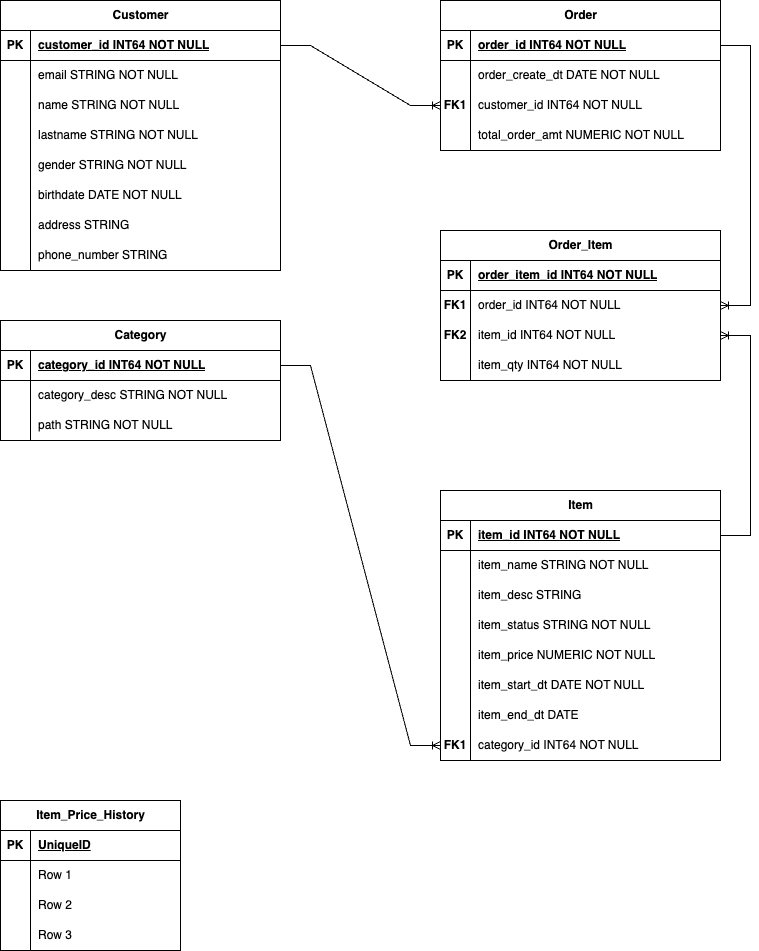
This is der_flujo_compras.drawio.png from NicOliveto/challenge_analytics_engineer_sql, a draw.io export, as it was before one commit. Source tidied: cells renumbered, new cells last; positions are measured from the earlier drawing's top-left corner, leaving out a move shared by most shapes.
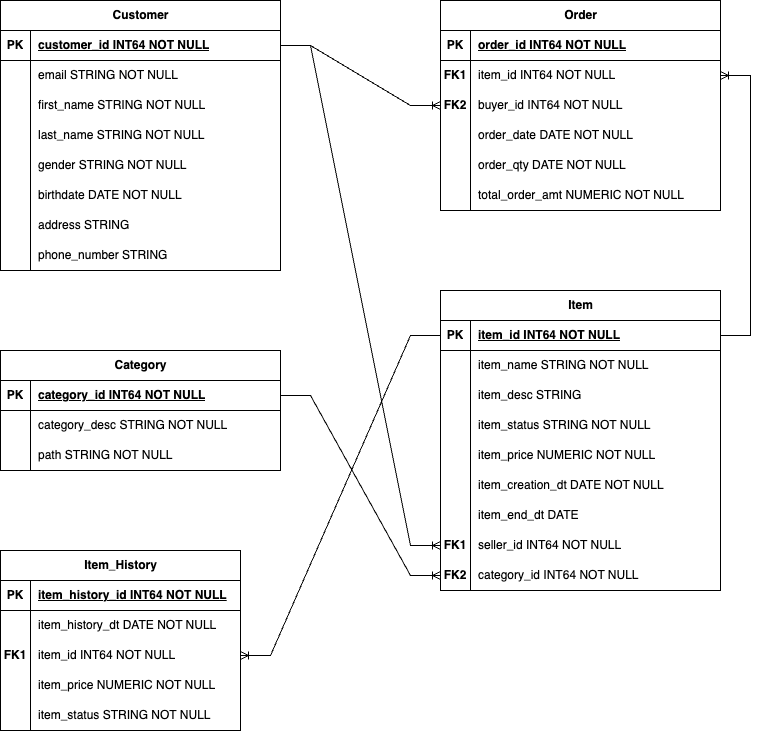
Later version of the same file.

The edit, as a diff of the source:
```diff
@@ -29,7 +29,7 @@
     <mxCell id="10" style="shape=partialRectangle;fillColor=none;top=0;left=0;bottom=0;right=0;overflow=hidden;whiteSpace=wrap;html=1;" parent="9" vertex="1">
       <mxGeometry width="30" height="30" as="geometry" />
     </mxCell>
-    <mxCell id="11" value="name STRING NOT NULL" style="shape=partialRectangle;fillColor=none;top=0;left=0;bottom=0;right=0;align=left;spacingLeft=6;overflow=hidden;whiteSpace=wrap;html=1;" parent="9" vertex="1">
+    <mxCell id="11" value="first_name STRING NOT NULL" style="shape=partialRectangle;fillColor=none;top=0;left=0;bottom=0;right=0;align=left;spacingLeft=6;overflow=hidden;whiteSpace=wrap;html=1;" parent="9" vertex="1">
       <mxGeometry x="30" width="250" height="30" as="geometry" />
     </mxCell>
     <mxCell id="12" style="shape=tableRow;horizontal=0;startSize=0;swimlaneHead=0;swimlaneBody=0;fillColor=none;top=0;left=0;right=0;bottom=0;" parent="2" vertex="1">
@@ -38,7 +38,7 @@
     <mxCell id="13" style="shape=partialRectangle;fillColor=none;top=0;left=0;bottom=0;right=0;overflow=hidden;whiteSpace=wrap;html=1;" parent="12" vertex="1">
       <mxGeometry width="30" height="30" as="geometry" />
     </mxCell>
-    <mxCell id="14" value="lastname STRING NOT NULL" style="shape=partialRectangle;fillColor=none;top=0;left=0;bottom=0;right=0;align=left;spacingLeft=6;overflow=hidden;whiteSpace=wrap;html=1;" parent="12" vertex="1">
+    <mxCell id="14" value="last_name STRING NOT NULL" style="shape=partialRectangle;fillColor=none;top=0;left=0;bottom=0;right=0;align=left;spacingLeft=6;overflow=hidden;whiteSpace=wrap;html=1;" parent="12" vertex="1">
       <mxGeometry x="30" width="250" height="30" as="geometry" />
     </mxCell>
     <mxCell id="15" style="shape=tableRow;horizontal=0;startSize=0;swimlaneHead=0;swimlaneBody=0;fillColor=none;top=0;left=0;right=0;bottom=0;" parent="2" vertex="1">
@@ -78,7 +78,7 @@
       <mxGeometry x="30" width="250" height="30" as="geometry" />
     </mxCell>
     <mxCell id="27" value="Item" style="shape=table;startSize=30;rowLines=0;fontStyle=1;align=center;html=1;" parent="1" vertex="1">
-      <mxGeometry x="440" y="490" width="280" height="270" as="geometry" />
+      <mxGeometry x="440" y="290" width="280" height="300" as="geometry" />
     </mxCell>
     <mxCell id="28" style="shape=tableRow;horizontal=0;startSize=0;swimlaneHead=0;swimlaneBody=0;fillColor=none;points=[[0,0.5],[1,0.5]];portConstraint=eastwest;top=0;left=0;right=0;bottom=1;" parent="27" vertex="1">
       <mxGeometry y="30" width="280" height="30" as="geometry" />
@@ -131,7 +131,7 @@
     <mxCell id="44" style="shape=partialRectangle;fillColor=none;top=0;left=0;bottom=0;right=0;overflow=hidden;whiteSpace=wrap;html=1;" parent="43" vertex="1">
       <mxGeometry width="30" height="30" as="geometry" />
     </mxCell>
-    <mxCell id="45" value="item_start_dt DATE NOT NULL" style="shape=partialRectangle;fillColor=none;top=0;left=0;bottom=0;right=0;align=left;spacingLeft=6;overflow=hidden;whiteSpace=wrap;html=1;" parent="43" vertex="1">
+    <mxCell id="45" value="item_creation_dt DATE NOT NULL" style="shape=partialRectangle;fillColor=none;top=0;left=0;bottom=0;right=0;align=left;spacingLeft=6;overflow=hidden;whiteSpace=wrap;html=1;" parent="43" vertex="1">
       <mxGeometry x="30" width="250" height="30" as="geometry" />
     </mxCell>
     <mxCell id="46" style="shape=tableRow;horizontal=0;startSize=0;swimlaneHead=0;swimlaneBody=0;fillColor=none;top=0;left=0;right=0;bottom=0;" parent="27" vertex="1">
@@ -143,17 +143,26 @@
     <mxCell id="48" value="item_end_dt DATE" style="shape=partialRectangle;fillColor=none;top=0;left=0;bottom=0;right=0;align=left;spacingLeft=6;overflow=hidden;whiteSpace=wrap;html=1;" parent="46" vertex="1">
       <mxGeometry x="30" width="250" height="30" as="geometry" />
     </mxCell>
+    <mxCell id="105" style="shape=tableRow;horizontal=0;startSize=0;swimlaneHead=0;swimlaneBody=0;fillColor=none;points=[[0,0.5],[1,0.5]];portConstraint=eastwest;top=0;left=0;right=0;bottom=0;" parent="27" vertex="1">
+      <mxGeometry y="240" width="280" height="30" as="geometry" />
+    </mxCell>
+    <mxCell id="80" value="&lt;b&gt;FK1&lt;/b&gt;" style="shape=partialRectangle;fillColor=none;top=0;left=0;bottom=0;right=0;overflow=hidden;whiteSpace=wrap;html=1;" parent="105" vertex="1">
+      <mxGeometry width="30" height="30" as="geometry" />
+    </mxCell>
+    <mxCell id="106" value="seller_id INT64 NOT NULL" style="shape=partialRectangle;fillColor=none;top=0;left=0;bottom=0;right=0;align=left;spacingLeft=6;overflow=hidden;whiteSpace=wrap;html=1;" parent="105" vertex="1">
+      <mxGeometry x="30" width="250" height="30" as="geometry" />
+    </mxCell>
     <mxCell id="49" style="shape=tableRow;horizontal=0;startSize=0;swimlaneHead=0;swimlaneBody=0;fillColor=none;points=[[0,0.5],[1,0.5]];portConstraint=eastwest;top=0;left=0;right=0;bottom=0;" parent="27" vertex="1">
-      <mxGeometry y="240" width="280" height="30" as="geometry" />
+      <mxGeometry y="270" width="280" height="30" as="geometry" />
     </mxCell>
-    <mxCell id="50" value="&lt;b&gt;FK1&lt;/b&gt;" style="shape=partialRectangle;fillColor=none;top=0;left=0;bottom=0;right=0;overflow=hidden;whiteSpace=wrap;html=1;" parent="49" vertex="1">
+    <mxCell id="50" value="&lt;b&gt;FK2&lt;/b&gt;" style="shape=partialRectangle;fillColor=none;top=0;left=0;bottom=0;right=0;overflow=hidden;whiteSpace=wrap;html=1;" parent="49" vertex="1">
       <mxGeometry width="30" height="30" as="geometry" />
     </mxCell>
     <mxCell id="51" value="category_id INT64 NOT NULL" style="shape=partialRectangle;fillColor=none;top=0;left=0;bottom=0;right=0;align=left;spacingLeft=6;overflow=hidden;whiteSpace=wrap;html=1;" parent="49" vertex="1">
       <mxGeometry x="30" width="250" height="30" as="geometry" />
     </mxCell>
     <mxCell id="52" value="Category" style="shape=table;startSize=30;rowLines=0;fontStyle=1;align=center;html=1;" parent="1" vertex="1">
-      <mxGeometry y="320" width="280" height="120" as="geometry" />
+      <mxGeometry y="350" width="280" height="120" as="geometry" />
     </mxCell>
     <mxCell id="53" style="shape=tableRow;horizontal=0;startSize=0;swimlaneHead=0;swimlaneBody=0;fillColor=none;points=[[0,0.5],[1,0.5]];portConstraint=eastwest;top=0;left=0;right=0;bottom=1;" parent="52" vertex="1">
       <mxGeometry y="30" width="280" height="30" as="geometry" />
@@ -183,7 +192,7 @@
       <mxGeometry x="30" width="250" height="30" as="geometry" />
     </mxCell>
     <mxCell id="62" value="Order" style="shape=table;startSize=30;rowLines=0;fontStyle=1;align=center;html=1;" parent="1" vertex="1">
-      <mxGeometry x="440" width="280" height="150" as="geometry" />
+      <mxGeometry x="440" width="280" height="210" as="geometry" />
     </mxCell>
     <mxCell id="63" style="shape=tableRow;horizontal=0;startSize=0;swimlaneHead=0;swimlaneBody=0;fillColor=none;points=[[0,0.5],[1,0.5]];portConstraint=eastwest;top=0;left=0;right=0;bottom=1;" parent="62" vertex="1">
       <mxGeometry y="30" width="280" height="30" as="geometry" />
@@ -197,23 +206,41 @@
     <mxCell id="66" style="shape=tableRow;horizontal=0;startSize=0;swimlaneHead=0;swimlaneBody=0;fillColor=none;points=[[0,0.5],[1,0.5]];portConstraint=eastwest;top=0;left=0;right=0;bottom=0;" parent="62" vertex="1">
       <mxGeometry y="60" width="280" height="30" as="geometry" />
     </mxCell>
-    <mxCell id="67" style="shape=partialRectangle;fillColor=none;top=0;left=0;bottom=0;right=0;overflow=hidden;whiteSpace=wrap;html=1;" parent="66" vertex="1">
+    <mxCell id="67" value="&lt;b&gt;FK1&lt;/b&gt;" style="shape=partialRectangle;fillColor=none;top=0;left=0;bottom=0;right=0;overflow=hidden;whiteSpace=wrap;html=1;" parent="66" vertex="1">
       <mxGeometry width="30" height="30" as="geometry" />
     </mxCell>
-    <mxCell id="68" value="order_create_dt DATE NOT NULL" style="shape=partialRectangle;fillColor=none;top=0;left=0;bottom=0;right=0;align=left;spacingLeft=6;overflow=hidden;whiteSpace=wrap;html=1;" parent="66" vertex="1">
+    <mxCell id="68" value="item_id INT64 NOT NULL" style="shape=partialRectangle;fillColor=none;top=0;left=0;bottom=0;right=0;align=left;spacingLeft=6;overflow=hidden;whiteSpace=wrap;html=1;" parent="66" vertex="1">
       <mxGeometry x="30" width="250" height="30" as="geometry" />
     </mxCell>
     <mxCell id="69" style="shape=tableRow;horizontal=0;startSize=0;swimlaneHead=0;swimlaneBody=0;fillColor=none;points=[[0,0.5],[1,0.5]];portConstraint=eastwest;top=0;left=0;right=0;bottom=0;" parent="62" vertex="1">
       <mxGeometry y="90" width="280" height="30" as="geometry" />
     </mxCell>
-    <mxCell id="70" value="&lt;b&gt;FK1&lt;/b&gt;" style="shape=partialRectangle;fillColor=none;top=0;left=0;bottom=0;right=0;overflow=hidden;whiteSpace=wrap;html=1;" parent="69" vertex="1">
+    <mxCell id="70" value="&lt;b&gt;FK2&lt;/b&gt;" style="shape=partialRectangle;fillColor=none;top=0;left=0;bottom=0;right=0;overflow=hidden;whiteSpace=wrap;html=1;" parent="69" vertex="1">
       <mxGeometry width="30" height="30" as="geometry" />
     </mxCell>
-    <mxCell id="71" value="customer_id INT64 NOT NULL" style="shape=partialRectangle;fillColor=none;top=0;left=0;bottom=0;right=0;align=left;spacingLeft=6;overflow=hidden;whiteSpace=wrap;html=1;" parent="69" vertex="1">
+    <mxCell id="71" value="buyer_id INT64 NOT NULL" style="shape=partialRectangle;fillColor=none;top=0;left=0;bottom=0;right=0;align=left;spacingLeft=6;overflow=hidden;whiteSpace=wrap;html=1;" parent="69" vertex="1">
       <mxGeometry x="30" width="250" height="30" as="geometry" />
     </mxCell>
+    <mxCell id="85" style="shape=tableRow;horizontal=0;startSize=0;swimlaneHead=0;swimlaneBody=0;fillColor=none;top=0;left=0;right=0;bottom=0;" parent="62" vertex="1">
+      <mxGeometry y="120" width="280" height="30" as="geometry" />
+    </mxCell>
+    <mxCell id="107" style="shape=partialRectangle;fillColor=none;top=0;left=0;bottom=0;right=0;overflow=hidden;whiteSpace=wrap;html=1;" parent="85" vertex="1">
+      <mxGeometry width="30" height="30" as="geometry" />
+    </mxCell>
+    <mxCell id="108" value="order_date DATE NOT NULL" style="shape=partialRectangle;fillColor=none;top=0;left=0;bottom=0;right=0;align=left;spacingLeft=6;overflow=hidden;whiteSpace=wrap;html=1;" parent="85" vertex="1">
+      <mxGeometry x="30" width="250" height="30" as="geometry" />
+    </mxCell>
+    <mxCell id="109" style="shape=tableRow;horizontal=0;startSize=0;swimlaneHead=0;swimlaneBody=0;fillColor=none;top=0;left=0;right=0;bottom=0;" parent="62" vertex="1">
+      <mxGeometry y="150" width="280" height="30" as="geometry" />
+    </mxCell>
+    <mxCell id="110" style="shape=partialRectangle;fillColor=none;top=0;left=0;bottom=0;right=0;overflow=hidden;whiteSpace=wrap;html=1;" parent="109" vertex="1">
+      <mxGeometry width="30" height="30" as="geometry" />
+    </mxCell>
+    <mxCell id="111" value="order_qty DATE NOT NULL" style="shape=partialRectangle;fillColor=none;top=0;left=0;bottom=0;right=0;align=left;spacingLeft=6;overflow=hidden;whiteSpace=wrap;html=1;" parent="109" vertex="1">
+      <mxGeometry x="30" width="250" height="30" as="geometry" />
+    </mxCell>
     <mxCell id="72" style="shape=tableRow;horizontal=0;startSize=0;swimlaneHead=0;swimlaneBody=0;fillColor=none;top=0;left=0;right=0;bottom=0;" parent="62" vertex="1">
-      <mxGeometry y="120" width="280" height="30" as="geometry" />
+      <mxGeometry y="180" width="280" height="30" as="geometry" />
     </mxCell>
     <mxCell id="73" style="shape=partialRectangle;fillColor=none;top=0;left=0;bottom=0;right=0;overflow=hidden;whiteSpace=wrap;html=1;" parent="72" vertex="1">
       <mxGeometry width="30" height="30" as="geometry" />
@@ -221,95 +248,68 @@
     <mxCell id="74" value="total_order_amt NUMERIC NOT NULL" style="shape=partialRectangle;fillColor=none;top=0;left=0;bottom=0;right=0;align=left;spacingLeft=6;overflow=hidden;whiteSpace=wrap;html=1;" parent="72" vertex="1">
       <mxGeometry x="30" width="250" height="30" as="geometry" />
     </mxCell>
-    <mxCell id="75" value="Order_Item" style="shape=table;startSize=30;rowLines=0;fontStyle=1;align=center;html=1;" parent="1" vertex="1">
-      <mxGeometry x="440" y="230" width="280" height="150" as="geometry" />
-    </mxCell>
-    <mxCell id="76" style="shape=tableRow;horizontal=0;startSize=0;swimlaneHead=0;swimlaneBody=0;fillColor=none;top=0;left=0;right=0;bottom=1;" parent="75" vertex="1">
-      <mxGeometry y="30" width="280" height="30" as="geometry" />
-    </mxCell>
-    <mxCell id="77" value="PK" style="shape=partialRectangle;fillColor=none;top=0;left=0;bottom=0;right=0;fontStyle=1;overflow=hidden;whiteSpace=wrap;html=1;" parent="76" vertex="1">
-      <mxGeometry width="30" height="30" as="geometry" />
-    </mxCell>
-    <mxCell id="78" value="order_item_id INT64 NOT NULL" style="shape=partialRectangle;fillColor=none;top=0;left=0;bottom=0;right=0;align=left;spacingLeft=6;fontStyle=5;overflow=hidden;whiteSpace=wrap;html=1;" parent="76" vertex="1">
-      <mxGeometry x="30" width="250" height="30" as="geometry" />
-    </mxCell>
-    <mxCell id="79" style="shape=tableRow;horizontal=0;startSize=0;swimlaneHead=0;swimlaneBody=0;fillColor=none;points=[[0,0.5],[1,0.5]];portConstraint=eastwest;top=0;left=0;right=0;bottom=0;" parent="75" vertex="1">
-      <mxGeometry y="60" width="280" height="30" as="geometry" />
-    </mxCell>
-    <mxCell id="80" value="&lt;b&gt;FK1&lt;/b&gt;" style="shape=partialRectangle;fillColor=none;top=0;left=0;bottom=0;right=0;overflow=hidden;whiteSpace=wrap;html=1;" parent="79" vertex="1">
-      <mxGeometry width="30" height="30" as="geometry" />
-    </mxCell>
-    <mxCell id="81" value="order_id INT64 NOT NULL" style="shape=partialRectangle;fillColor=none;top=0;left=0;bottom=0;right=0;align=left;spacingLeft=6;overflow=hidden;whiteSpace=wrap;html=1;" parent="79" vertex="1">
-      <mxGeometry x="30" width="250" height="30" as="geometry" />
-    </mxCell>
-    <mxCell id="82" style="shape=tableRow;horizontal=0;startSize=0;swimlaneHead=0;swimlaneBody=0;fillColor=none;points=[[0,0.5],[1,0.5]];portConstraint=eastwest;top=0;left=0;right=0;bottom=0;" parent="75" vertex="1">
-      <mxGeometry y="90" width="280" height="30" as="geometry" />
-    </mxCell>
-    <mxCell id="83" value="&lt;b&gt;FK2&lt;/b&gt;" style="shape=partialRectangle;fillColor=none;top=0;left=0;bottom=0;right=0;overflow=hidden;whiteSpace=wrap;html=1;" parent="82" vertex="1">
-      <mxGeometry width="30" height="30" as="geometry" />
-    </mxCell>
-    <mxCell id="84" value="item_id INT64 NOT NULL" style="shape=partialRectangle;fillColor=none;top=0;left=0;bottom=0;right=0;align=left;spacingLeft=6;overflow=hidden;whiteSpace=wrap;html=1;" parent="82" vertex="1">
-      <mxGeometry x="30" width="250" height="30" as="geometry" />
-    </mxCell>
-    <mxCell id="85" style="shape=tableRow;horizontal=0;startSize=0;swimlaneHead=0;swimlaneBody=0;fillColor=none;top=0;left=0;right=0;bottom=0;" parent="75" vertex="1">
-      <mxGeometry y="120" width="280" height="30" as="geometry" />
-    </mxCell>
-    <mxCell id="86" style="shape=partialRectangle;fillColor=none;top=0;left=0;bottom=0;right=0;overflow=hidden;whiteSpace=wrap;html=1;" parent="85" vertex="1">
-      <mxGeometry width="30" height="30" as="geometry" />
-    </mxCell>
-    <mxCell id="87" value="item_qty INT64 NOT NULL" style="shape=partialRectangle;fillColor=none;top=0;left=0;bottom=0;right=0;align=left;spacingLeft=6;overflow=hidden;whiteSpace=wrap;html=1;" parent="85" vertex="1">
-      <mxGeometry x="30" width="250" height="30" as="geometry" />
-    </mxCell>
     <mxCell id="88" style="edgeStyle=entityRelationEdgeStyle;fontSize=12;html=1;endArrow=ERoneToMany;rounded=0;" parent="1" edge="1" source="53" target="49">
       <mxGeometry relative="1" as="geometry" />
     </mxCell>
     <mxCell id="89" style="edgeStyle=entityRelationEdgeStyle;fontSize=12;html=1;endArrow=ERoneToMany;rounded=0;" parent="1" edge="1" source="3" target="69">
       <mxGeometry relative="1" as="geometry" />
     </mxCell>
-    <mxCell id="90" style="edgeStyle=entityRelationEdgeStyle;fontSize=12;html=1;endArrow=ERoneToMany;rounded=0;" parent="1" edge="1" source="63" target="79">
-      <mxGeometry relative="1" as="geometry" />
-    </mxCell>
-    <mxCell id="91" style="edgeStyle=entityRelationEdgeStyle;fontSize=12;html=1;endArrow=ERoneToMany;rounded=0;" parent="1" edge="1" source="28" target="82">
-      <mxGeometry relative="1" as="geometry" />
-    </mxCell>
-    <mxCell id="92" value="Item_Price_History" style="shape=table;startSize=30;rowLines=0;fontStyle=1;align=center;html=1;" parent="1" vertex="1">
-      <mxGeometry y="800" width="180" height="150" as="geometry" />
+    <mxCell id="92" value="Item_History" style="shape=table;startSize=30;rowLines=0;fontStyle=1;align=center;html=1;" parent="1" vertex="1">
+      <mxGeometry y="550" width="240" height="180" as="geometry" />
     </mxCell>
     <mxCell id="93" style="shape=tableRow;horizontal=0;startSize=0;swimlaneHead=0;swimlaneBody=0;fillColor=none;top=0;left=0;right=0;bottom=1;" parent="92" vertex="1">
-      <mxGeometry y="30" width="180" height="30" as="geometry" />
+      <mxGeometry y="30" width="240" height="30" as="geometry" />
     </mxCell>
     <mxCell id="94" value="PK" style="shape=partialRectangle;fillColor=none;top=0;left=0;bottom=0;right=0;fontStyle=1;overflow=hidden;whiteSpace=wrap;html=1;" parent="93" vertex="1">
       <mxGeometry width="30" height="30" as="geometry" />
     </mxCell>
-    <mxCell id="95" value="UniqueID" style="shape=partialRectangle;fillColor=none;top=0;left=0;bottom=0;right=0;align=left;spacingLeft=6;fontStyle=5;overflow=hidden;whiteSpace=wrap;html=1;" parent="93" vertex="1">
-      <mxGeometry x="30" width="150" height="30" as="geometry" />
+    <mxCell id="95" value="item_history_id INT64 NOT NULL" style="shape=partialRectangle;fillColor=none;top=0;left=0;bottom=0;right=0;align=left;spacingLeft=6;fontStyle=5;overflow=hidden;whiteSpace=wrap;html=1;" parent="93" vertex="1">
+      <mxGeometry x="30" width="210" height="30" as="geometry" />
     </mxCell>
     <mxCell id="96" style="shape=tableRow;horizontal=0;startSize=0;swimlaneHead=0;swimlaneBody=0;fillColor=none;top=0;left=0;right=0;bottom=0;" parent="92" vertex="1">
-      <mxGeometry y="60" width="180" height="30" as="geometry" />
+      <mxGeometry y="60" width="240" height="30" as="geometry" />
     </mxCell>
     <mxCell id="97" style="shape=partialRectangle;fillColor=none;top=0;left=0;bottom=0;right=0;overflow=hidden;whiteSpace=wrap;html=1;" parent="96" vertex="1">
       <mxGeometry width="30" height="30" as="geometry" />
     </mxCell>
-    <mxCell id="98" value="Row 1" style="shape=partialRectangle;fillColor=none;top=0;left=0;bottom=0;right=0;align=left;spacingLeft=6;overflow=hidden;whiteSpace=wrap;html=1;" parent="96" vertex="1">
-      <mxGeometry x="30" width="150" height="30" as="geometry" />
+    <mxCell id="98" value="item_history_dt DATE NOT NULL" style="shape=partialRectangle;fillColor=none;top=0;left=0;bottom=0;right=0;align=left;spacingLeft=6;overflow=hidden;whiteSpace=wrap;html=1;" parent="96" vertex="1">
+      <mxGeometry x="30" width="210" height="30" as="geometry" />
     </mxCell>
     <mxCell id="99" style="shape=tableRow;horizontal=0;startSize=0;swimlaneHead=0;swimlaneBody=0;fillColor=none;points=[[0,0.5],[1,0.5]];portConstraint=eastwest;top=0;left=0;right=0;bottom=0;" parent="92" vertex="1">
-      <mxGeometry y="90" width="180" height="30" as="geometry" />
+      <mxGeometry y="90" width="240" height="30" as="geometry" />
     </mxCell>
-    <mxCell id="100" style="shape=partialRectangle;fillColor=none;top=0;left=0;bottom=0;right=0;overflow=hidden;whiteSpace=wrap;html=1;" parent="99" vertex="1">
+    <mxCell id="100" value="&lt;b&gt;FK1&lt;/b&gt;" style="shape=partialRectangle;fillColor=none;top=0;left=0;bottom=0;right=0;overflow=hidden;whiteSpace=wrap;html=1;" parent="99" vertex="1">
       <mxGeometry width="30" height="30" as="geometry" />
     </mxCell>
-    <mxCell id="101" value="Row 2" style="shape=partialRectangle;fillColor=none;top=0;left=0;bottom=0;right=0;align=left;spacingLeft=6;overflow=hidden;whiteSpace=wrap;html=1;" parent="99" vertex="1">
-      <mxGeometry x="30" width="150" height="30" as="geometry" />
+    <mxCell id="101" value="item_id INT64 NOT NULL" style="shape=partialRectangle;fillColor=none;top=0;left=0;bottom=0;right=0;align=left;spacingLeft=6;overflow=hidden;whiteSpace=wrap;html=1;" parent="99" vertex="1">
+      <mxGeometry x="30" width="210" height="30" as="geometry" />
     </mxCell>
     <mxCell id="102" style="shape=tableRow;horizontal=0;startSize=0;swimlaneHead=0;swimlaneBody=0;fillColor=none;top=0;left=0;right=0;bottom=0;" parent="92" vertex="1">
-      <mxGeometry y="120" width="180" height="30" as="geometry" />
+      <mxGeometry y="120" width="240" height="30" as="geometry" />
     </mxCell>
     <mxCell id="103" style="shape=partialRectangle;fillColor=none;top=0;left=0;bottom=0;right=0;overflow=hidden;whiteSpace=wrap;html=1;" parent="102" vertex="1">
       <mxGeometry width="30" height="30" as="geometry" />
     </mxCell>
-    <mxCell id="104" value="Row 3" style="shape=partialRectangle;fillColor=none;top=0;left=0;bottom=0;right=0;align=left;spacingLeft=6;overflow=hidden;whiteSpace=wrap;html=1;" parent="102" vertex="1">
-      <mxGeometry x="30" width="150" height="30" as="geometry" />
+    <mxCell id="104" value="item_price NUMERIC NOT NULL" style="shape=partialRectangle;fillColor=none;top=0;left=0;bottom=0;right=0;align=left;spacingLeft=6;overflow=hidden;whiteSpace=wrap;html=1;" parent="102" vertex="1">
+      <mxGeometry x="30" width="210" height="30" as="geometry" />
     </mxCell>
+    <mxCell id="112" style="shape=tableRow;horizontal=0;startSize=0;swimlaneHead=0;swimlaneBody=0;fillColor=none;top=0;left=0;right=0;bottom=0;" parent="92" vertex="1">
+      <mxGeometry y="150" width="240" height="30" as="geometry" />
+    </mxCell>
+    <mxCell id="113" style="shape=partialRectangle;fillColor=none;top=0;left=0;bottom=0;right=0;overflow=hidden;whiteSpace=wrap;html=1;" parent="112" vertex="1">
+      <mxGeometry width="30" height="30" as="geometry" />
+    </mxCell>
+    <mxCell id="114" value="item_status STRING NOT NULL" style="shape=partialRectangle;fillColor=none;top=0;left=0;bottom=0;right=0;align=left;spacingLeft=6;overflow=hidden;whiteSpace=wrap;html=1;" parent="112" vertex="1">
+      <mxGeometry x="30" width="210" height="30" as="geometry" />
+    </mxCell>
+    <mxCell id="115" style="edgeStyle=entityRelationEdgeStyle;fontSize=12;html=1;endArrow=ERoneToMany;rounded=0;" parent="1" edge="1" source="3" target="105">
+      <mxGeometry relative="1" as="geometry" />
+    </mxCell>
+    <mxCell id="116" style="edgeStyle=entityRelationEdgeStyle;fontSize=12;html=1;endArrow=ERoneToMany;rounded=0;" parent="1" edge="1" source="28" target="66">
+      <mxGeometry relative="1" as="geometry" />
+    </mxCell>
+    <mxCell id="117" style="edgeStyle=entityRelationEdgeStyle;fontSize=12;html=1;endArrow=ERoneToMany;rounded=0;" parent="1" edge="1" source="28" target="99">
+      <mxGeometry relative="1" as="geometry" />
+    </mxCell>
   </root>
 </mxGraphModel>
```
